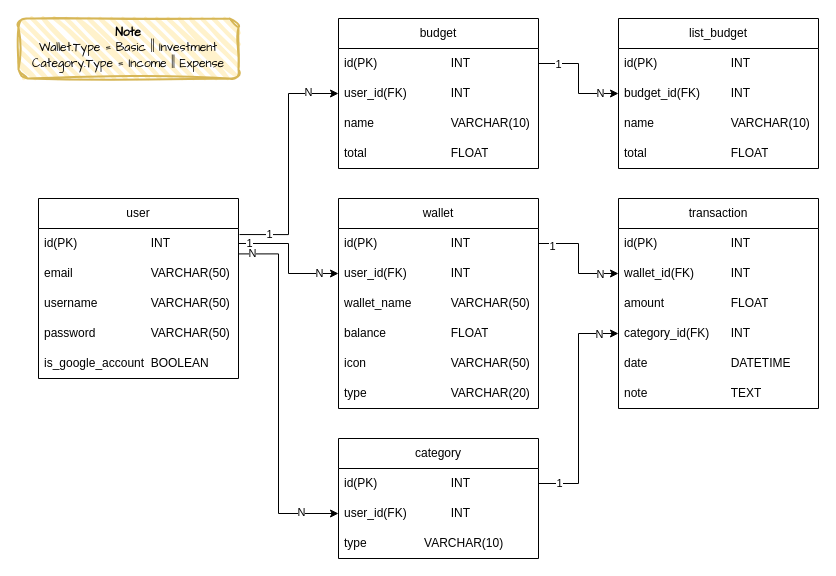
Earlier version of the draw.io diagram page "Database" (2 of 3) of design/system_design.drawio (khanhnq1406/Personal_Financial_Management). Source tidied: cells renumbered, new cells numbered last; positions are measured from the earlier drawing's top-left corner, leaving out a move shared by most shapes. Both pictures are drawn from the tidied source at 100%, with x=0, y=0 at pixel (18, 18).
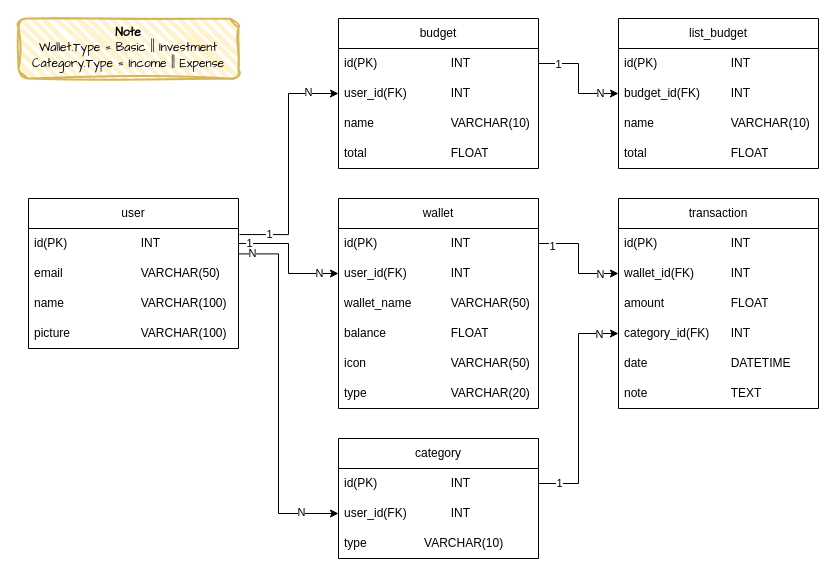
The same page after the edit.

Change to the diagram source:
```diff
@@
     <mxCell id="2" value="user" style="swimlane;fontStyle=0;horizontal=1;startSize=30;whiteSpace=wrap;html=1;rounded=0;glass=0;shadow=0;swimlaneLine=1;fontFamily=Helvetica;" parent="1" vertex="1">
-      <mxGeometry x="20" y="180" width="200" height="180" as="geometry" />
+      <mxGeometry x="10" y="180" width="210" height="150" as="geometry" />
     </mxCell>
     <mxCell id="3" value="id(PK)&lt;span style=&quot;white-space: pre;&quot;&gt;&#9;&lt;/span&gt;&lt;span style=&quot;white-space: pre;&quot;&gt;&#9;&lt;/span&gt;&lt;span style=&quot;white-space: pre;&quot;&gt;&#9;&lt;/span&gt;INT" style="text;strokeColor=none;fillColor=none;align=left;verticalAlign=middle;spacingLeft=4;spacingRight=4;overflow=hidden;points=[[0,0.5],[1,0.5]];portConstraint=eastwest;whiteSpace=wrap;html=1;" parent="2" vertex="1">
-      <mxGeometry y="30" width="200" height="30" as="geometry" />
+      <mxGeometry y="30" width="210" height="30" as="geometry" />
     </mxCell>
     <mxCell id="4" value="email&lt;span style=&quot;white-space: pre;&quot;&gt;&#9;&lt;/span&gt;&lt;span style=&quot;white-space: pre;&quot;&gt;&#9;&lt;span style=&quot;white-space: pre;&quot;&gt;&#9;&lt;/span&gt;&lt;/span&gt;VARCHAR(50)" style="text;strokeColor=none;fillColor=none;align=left;verticalAlign=middle;spacingLeft=4;spacingRight=4;overflow=hidden;whiteSpace=wrap;html=1;" parent="2" vertex="1">
-      <mxGeometry y="60" width="200" height="30" as="geometry" />
+      <mxGeometry y="60" width="210" height="30" as="geometry" />
     </mxCell>
-    <mxCell id="5" value="username&lt;span style=&quot;white-space: pre;&quot;&gt;&#9;&lt;/span&gt;&lt;span style=&quot;white-space: pre;&quot;&gt;&#9;&lt;/span&gt;VARCHAR(50)" style="text;strokeColor=none;fillColor=none;align=left;verticalAlign=middle;spacingLeft=4;spacingRight=4;overflow=hidden;whiteSpace=wrap;html=1;" parent="2" vertex="1">
-      <mxGeometry y="90" width="200" height="30" as="geometry" />
-    </mxCell>
-    <mxCell id="6" value="password&lt;span style=&quot;white-space: pre;&quot;&gt;&#9;&lt;/span&gt;&amp;nbsp;&lt;span style=&quot;white-space: pre;&quot;&gt;&#9;&lt;/span&gt;&lt;span style=&quot;white-space: pre;&quot;&gt;&#9;&lt;/span&gt;VARCHAR(50)" style="text;strokeColor=none;fillColor=none;align=left;verticalAlign=middle;spacingLeft=4;spacingRight=4;overflow=hidden;whiteSpace=wrap;html=1;" parent="2" vertex="1">
-      <mxGeometry y="120" width="200" height="30" as="geometry" />
-    </mxCell>
-    <mxCell id="7" value="is_google_account&lt;span style=&quot;white-space: pre;&quot;&gt;&#9;&lt;/span&gt;BOOLEAN" style="text;strokeColor=none;fillColor=none;align=left;verticalAlign=middle;spacingLeft=4;spacingRight=4;overflow=hidden;whiteSpace=wrap;html=1;" parent="2" vertex="1">
-      <mxGeometry y="150" width="200" height="30" as="geometry" />
-    </mxCell>
+    <mxCell id="55" value="name&lt;span style=&quot;white-space: pre;&quot;&gt;&#9;&lt;/span&gt;&lt;span style=&quot;white-space: pre;&quot;&gt;&#9;&lt;/span&gt;&lt;span style=&quot;white-space: pre;&quot;&gt;&#9;&lt;/span&gt;VARCHAR(100)" style="text;strokeColor=none;fillColor=none;align=left;verticalAlign=middle;spacingLeft=4;spacingRight=4;overflow=hidden;whiteSpace=wrap;html=1;" parent="2" vertex="1">
+      <mxGeometry y="90" width="210" height="30" as="geometry" />
+    </mxCell>
+    <mxCell id="56" value="picture&lt;span style=&quot;white-space: pre;&quot;&gt;&#9;&lt;/span&gt;&lt;span style=&quot;white-space: pre;&quot;&gt;&#9;&lt;/span&gt;&lt;span style=&quot;white-space: pre;&quot;&gt;&#9;&lt;/span&gt;VARCHAR(100)" style="text;strokeColor=none;fillColor=none;align=left;verticalAlign=middle;spacingLeft=4;spacingRight=4;overflow=hidden;whiteSpace=wrap;html=1;" parent="2" vertex="1">
+      <mxGeometry y="120" width="210" height="30" as="geometry" />
+    </mxCell>
```
